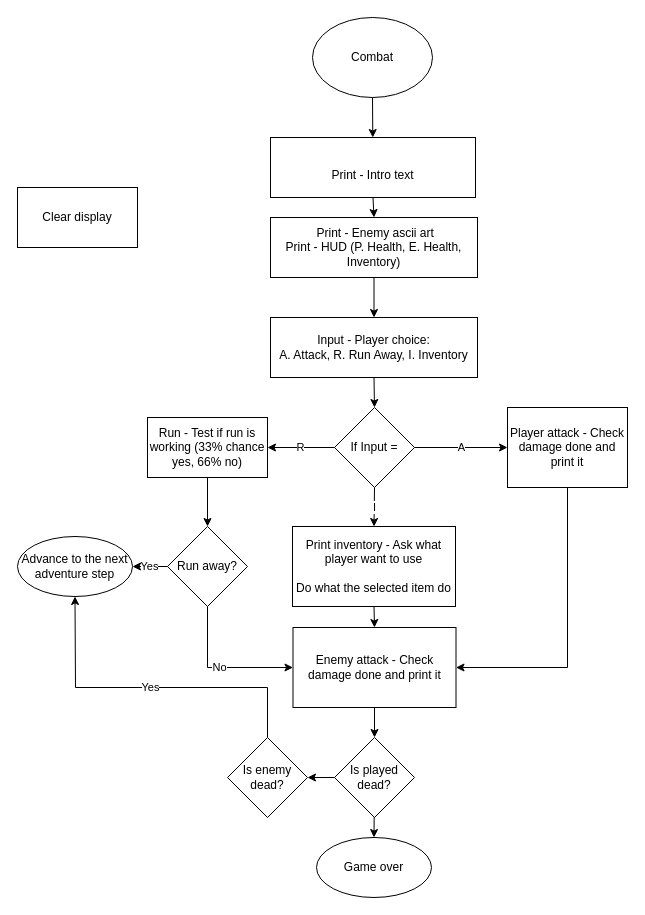
The draw.io diagram Day 3 - Beginner - Control Flow and Logical Operators/Untitled Diagram.drawio in LintaoC/udemy_100DaysOfCode_python, before the edit. Source tidied: cells renumbered, new cells numbered last; positions are measured from the earlier drawing's top-left corner, leaving out a move shared by most shapes. Both pictures are drawn from the tidied source at 100%, with x=0, y=0 at pixel (17, 17).
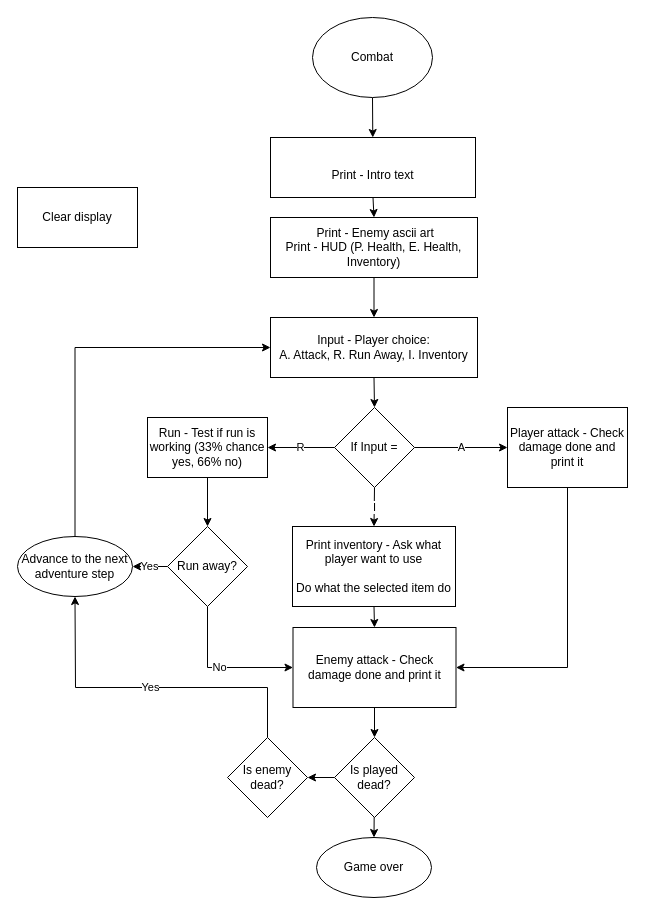
Above is the later version.

The change refers to these unchanged cells:
```xml
<mxCell id="9" value="&lt;div&gt;Input - Player choice:&lt;/div&gt;&lt;div&gt;A. Attack, R. Run Away, I. Inventory&lt;br&gt;&lt;/div&gt;" style="rounded=0;whiteSpace=wrap;html=1;" parent="1" vertex="1">
  <mxGeometry x="253" y="300" width="207" height="60" as="geometry" />
</mxCell>
<mxCell id="25" value="Advance to the next adventure step" style="ellipse;whiteSpace=wrap;html=1;" parent="1" vertex="1">
  <mxGeometry y="519" width="115" height="60" as="geometry" />
</mxCell>
```

What changed in the source:
```diff
@@
+    <mxCell id="33" style="edgeStyle=orthogonalEdgeStyle;rounded=0;jettySize=auto;html=1;exitX=0.5;exitY=0;exitDx=0;exitDy=0;entryX=0;entryY=0.5;entryDx=0;entryDy=0;" parent="1" edge="1" source="25" target="9">
+      <mxGeometry relative="1" as="geometry" />
+    </mxCell>
```
